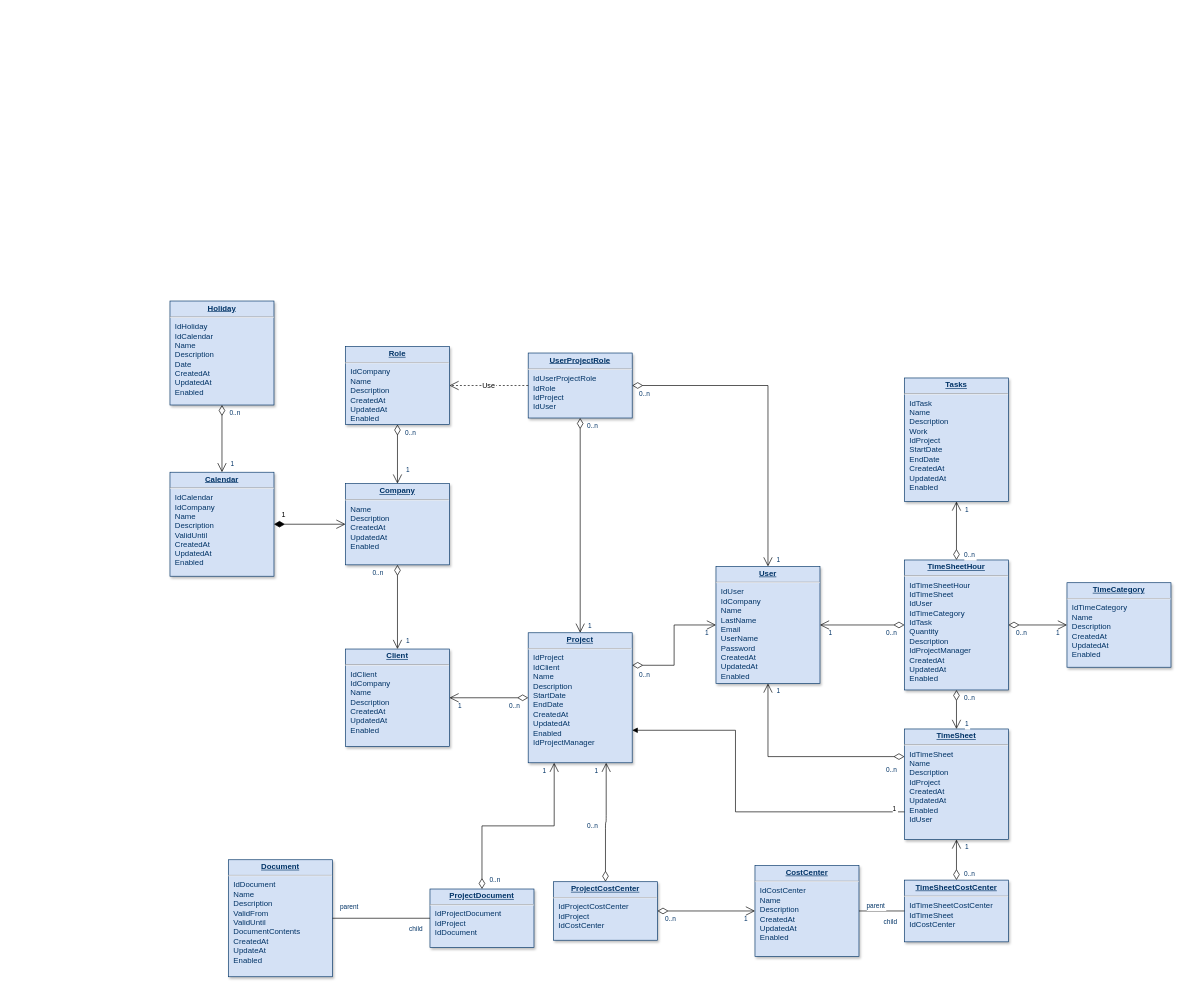
Earlier version of the draw.io diagram src/Untitled Diagram.drawio (ReAXET/Fast-Api-example). Source tidied: cells renumbered, new cells numbered last; positions are measured from the earlier drawing's top-left corner, leaving out a move shared by most shapes. Both pictures are drawn from the tidied source at 65%, with x=0, y=0 at pixel (170, 301).
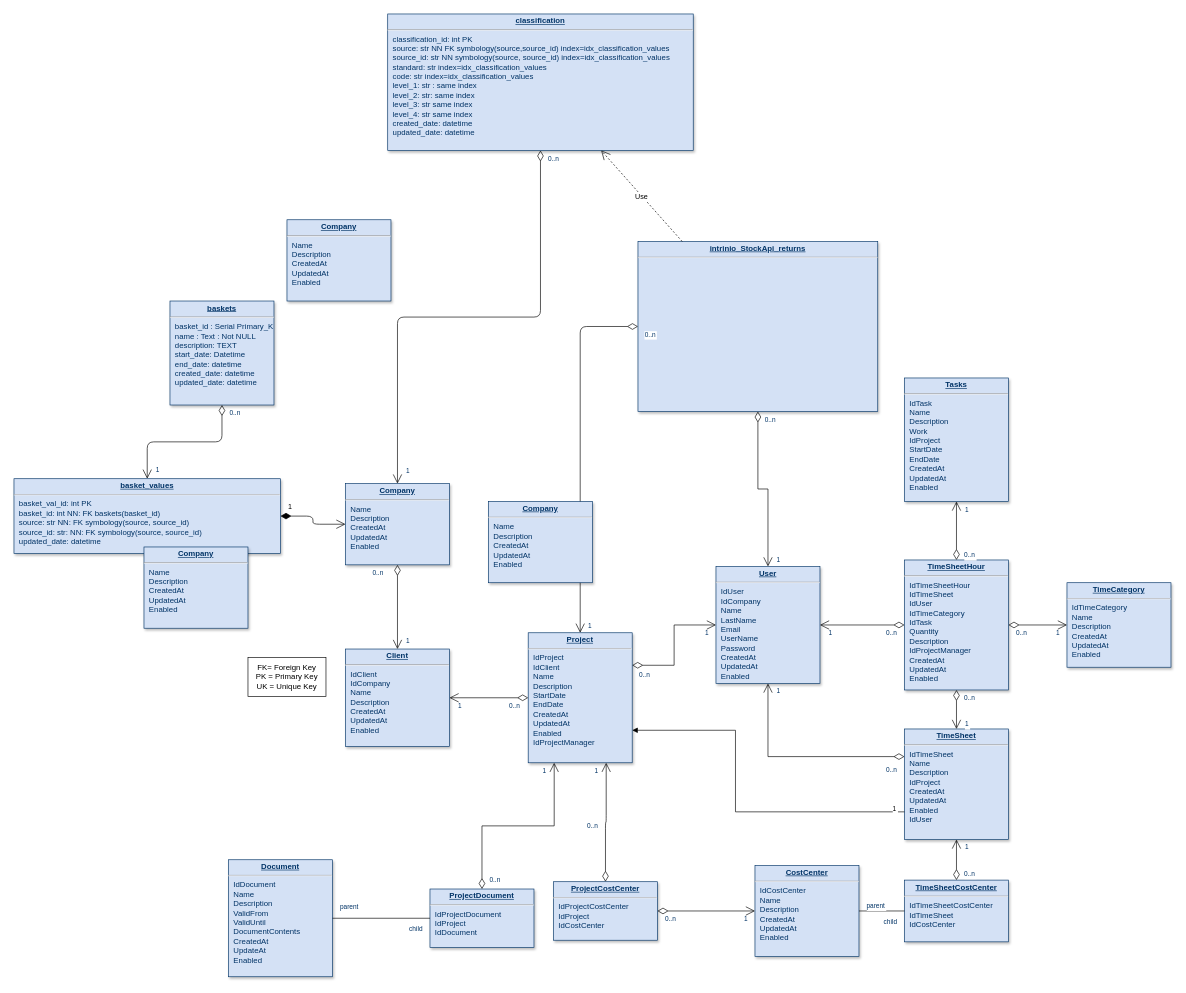
After the change.

The edit, as a diff of the source:
```diff
@@
-    <mxCell id="2" value="&lt;p style=&quot;margin: 0px; margin-top: 4px; text-align: center; text-decoration: underline;&quot;&gt;&lt;strong&gt;Role&lt;/strong&gt;&lt;/p&gt;&lt;hr /&gt;&lt;p style=&quot;margin: 0px; margin-left: 8px;&quot;&gt;IdCompany&lt;br /&gt;Name&lt;/p&gt;&lt;p style=&quot;margin: 0px; margin-left: 8px;&quot;&gt;Description&lt;/p&gt;&lt;p style=&quot;margin: 0px; margin-left: 8px;&quot;&gt;CreatedAt&lt;/p&gt;&lt;p style=&quot;margin: 0px; margin-left: 8px;&quot;&gt;UpdatedAt&lt;/p&gt;&lt;p style=&quot;margin: 0px; margin-left: 8px;&quot;&gt;Enabled&lt;/p&gt;" style="verticalAlign=top;align=left;overflow=fill;fontSize=12;fontFamily=Helvetica;html=1;strokeColor=#003366;shadow=1;fillColor=#D4E1F5;fontColor=#003366;" parent="1" vertex="1">
-      <mxGeometry x="270" y="69.6" width="160" height="120" as="geometry" />
+    <mxCell id="2" value="&lt;p style=&quot;margin: 0px; margin-top: 4px; text-align: center; text-decoration: underline;&quot;&gt;&lt;b&gt;classification&lt;/b&gt;&lt;/p&gt;&lt;hr&gt;&lt;p style=&quot;margin: 0px; margin-left: 8px;&quot;&gt;classification_id: int PK&lt;br&gt;source: str NN FK symbology(source,source_id) index=idx_classification_values&lt;/p&gt;&lt;p style=&quot;margin: 0px; margin-left: 8px;&quot;&gt;source_id: str NN symbology(source, source_id) index=idx_classification_values&lt;/p&gt;&lt;p style=&quot;margin: 0px; margin-left: 8px;&quot;&gt;standard: str index=idx_classification_values&lt;/p&gt;&lt;p style=&quot;margin: 0px; margin-left: 8px;&quot;&gt;code: str index=idx_classification_values&lt;/p&gt;&lt;p style=&quot;margin: 0px; margin-left: 8px;&quot;&gt;level_1: str : same index&lt;/p&gt;&lt;p style=&quot;margin: 0px; margin-left: 8px;&quot;&gt;level_2: str: same index&lt;/p&gt;&lt;p style=&quot;margin: 0px; margin-left: 8px;&quot;&gt;level_3: str same index&lt;/p&gt;&lt;p style=&quot;margin: 0px; margin-left: 8px;&quot;&gt;level_4: str same index&lt;/p&gt;&lt;p style=&quot;margin: 0px; margin-left: 8px;&quot;&gt;created_date: datetime&lt;/p&gt;&lt;p style=&quot;margin: 0px; margin-left: 8px;&quot;&gt;updated_date: datetime&lt;/p&gt;&lt;p style=&quot;margin: 0px; margin-left: 8px;&quot;&gt;&lt;br&gt;&lt;/p&gt;&lt;p style=&quot;margin: 0px; margin-left: 8px;&quot;&gt;&lt;br&gt;&lt;/p&gt;" style="verticalAlign=top;align=left;overflow=fill;fontSize=12;fontFamily=Helvetica;html=1;strokeColor=#003366;shadow=1;fillColor=#D4E1F5;fontColor=#003366;" parent="1" vertex="1">
+      <mxGeometry x="335" y="-442" width="470" height="210" as="geometry" />
     </mxCell>
@@
-    <mxCell id="4" value="&lt;p style=&quot;margin: 0px; margin-top: 4px; text-align: center; text-decoration: underline;&quot;&gt;&lt;strong&gt;Calendar&lt;/strong&gt;&lt;/p&gt;&lt;hr /&gt;&lt;p style=&quot;margin: 0px; margin-left: 8px;&quot;&gt;IdCalendar&lt;/p&gt;&lt;p style=&quot;margin: 0px; margin-left: 8px;&quot;&gt;IdCompany&lt;/p&gt;&lt;p style=&quot;margin: 0px; margin-left: 8px;&quot;&gt;Name&lt;/p&gt;&lt;p style=&quot;margin: 0px; margin-left: 8px;&quot;&gt;Description&lt;/p&gt;&lt;p style=&quot;margin: 0px; margin-left: 8px;&quot;&gt;ValidUntil&lt;/p&gt;&lt;p style=&quot;margin: 0px; margin-left: 8px;&quot;&gt;CreatedAt&lt;/p&gt;&lt;p style=&quot;margin: 0px; margin-left: 8px;&quot;&gt;UpdatedAt&lt;/p&gt;&lt;p style=&quot;margin: 0px; margin-left: 8px;&quot;&gt;Enabled&lt;/p&gt;" style="verticalAlign=top;align=left;overflow=fill;fontSize=12;fontFamily=Helvetica;html=1;strokeColor=#003366;shadow=1;fillColor=#D4E1F5;fontColor=#003366;" parent="1" vertex="1">
-      <mxGeometry y="263" width="160" height="160" as="geometry" />
+    <mxCell id="4" value="&lt;p style=&quot;margin: 0px; margin-top: 4px; text-align: center; text-decoration: underline;&quot;&gt;&lt;b&gt;basket_values&lt;/b&gt;&lt;/p&gt;&lt;hr&gt;&lt;p style=&quot;margin: 0px; margin-left: 8px;&quot;&gt;basket_val_id: int PK&lt;/p&gt;&lt;p style=&quot;margin: 0px; margin-left: 8px;&quot;&gt;basket_id: int NN: FK baskets(basket_id)&lt;/p&gt;&lt;p style=&quot;margin: 0px; margin-left: 8px;&quot;&gt;&lt;span style=&quot;background-color: initial;&quot;&gt;source: str NN: FK symbology(source, source_id)&lt;/span&gt;&lt;/p&gt;&lt;p style=&quot;margin: 0px; margin-left: 8px;&quot;&gt;&lt;span style=&quot;background-color: initial;&quot;&gt;source_id: str: NN: FK symbology(source, source_id)&lt;/span&gt;&lt;/p&gt;&lt;p style=&quot;margin: 0px; margin-left: 8px;&quot;&gt;&lt;span style=&quot;background-color: initial;&quot;&gt;updated_date: datetime&amp;nbsp;&lt;/span&gt;&lt;/p&gt;&lt;br&gt;&amp;nbsp;&amp;nbsp;" style="verticalAlign=top;align=left;overflow=fill;fontSize=12;fontFamily=Helvetica;html=1;strokeColor=#003366;shadow=1;fillColor=#D4E1F5;fontColor=#003366;" parent="1" vertex="1">
+      <mxGeometry x="-240" y="273" width="410" height="115" as="geometry" />
     </mxCell>
@@
-    <mxCell id="6" value="&lt;p style=&quot;margin: 0px; margin-top: 4px; text-align: center; text-decoration: underline;&quot;&gt;&lt;strong&gt;UserProjectRole&lt;/strong&gt;&lt;/p&gt;&lt;hr /&gt;&lt;p style=&quot;margin: 0px; margin-left: 8px;&quot;&gt;IdUserProjectRole&lt;/p&gt;&lt;p style=&quot;margin: 0px; margin-left: 8px;&quot;&gt;IdRole&lt;/p&gt;&lt;p style=&quot;margin: 0px; margin-left: 8px;&quot;&gt;IdProject&lt;/p&gt;&lt;p style=&quot;margin: 0px; margin-left: 8px;&quot;&gt;IdUser&lt;/p&gt;" style="verticalAlign=top;align=left;overflow=fill;fontSize=12;fontFamily=Helvetica;html=1;strokeColor=#003366;shadow=1;fillColor=#D4E1F5;fontColor=#003366;" parent="1" vertex="1">
-      <mxGeometry x="551.1" y="79.6" width="160" height="100" as="geometry" />
+    <mxCell id="6" value="&lt;p style=&quot;margin: 0px; margin-top: 4px; text-align: center; text-decoration: underline;&quot;&gt;&lt;b&gt;intrinio_StockApi_returns&lt;/b&gt;&lt;/p&gt;&lt;hr&gt;&lt;p style=&quot;margin: 0px; margin-left: 8px;&quot;&gt;&lt;br&gt;&lt;/p&gt;" style="verticalAlign=top;align=left;overflow=fill;fontSize=12;fontFamily=Helvetica;html=1;strokeColor=#003366;shadow=1;fillColor=#D4E1F5;fontColor=#003366;" parent="1" vertex="1">
+      <mxGeometry x="720" y="-92" width="368.9" height="261.6" as="geometry" />
     </mxCell>
@@
-    <mxCell id="8" value="&lt;p style=&quot;margin: 0px; margin-top: 4px; text-align: center; text-decoration: underline;&quot;&gt;&lt;strong&gt;Holiday&lt;/strong&gt;&lt;/p&gt;&lt;hr /&gt;&lt;p style=&quot;margin: 0px; margin-left: 8px;&quot;&gt;IdHoliday&lt;/p&gt;&lt;p style=&quot;margin: 0px; margin-left: 8px;&quot;&gt;IdCalendar&lt;/p&gt;&lt;p style=&quot;margin: 0px; margin-left: 8px;&quot;&gt;Name&lt;/p&gt;&lt;p style=&quot;margin: 0px; margin-left: 8px;&quot;&gt;Description&lt;/p&gt;&lt;p style=&quot;margin: 0px; margin-left: 8px;&quot;&gt;Date&lt;/p&gt;&lt;p style=&quot;margin: 0px; margin-left: 8px;&quot;&gt;CreatedAt&lt;/p&gt;&lt;p style=&quot;margin: 0px; margin-left: 8px;&quot;&gt;UpdatedAt&lt;/p&gt;&lt;p style=&quot;margin: 0px; margin-left: 8px;&quot;&gt;Enabled&lt;/p&gt;" style="verticalAlign=top;align=left;overflow=fill;fontSize=12;fontFamily=Helvetica;html=1;strokeColor=#003366;shadow=1;fillColor=#D4E1F5;fontColor=#003366;" parent="1" vertex="1">
+    <mxCell id="8" value="&lt;p style=&quot;margin: 0px; margin-top: 4px; text-align: center; text-decoration: underline;&quot;&gt;&lt;b&gt;baskets&lt;/b&gt;&lt;/p&gt;&lt;hr&gt;&lt;p style=&quot;margin: 0px; margin-left: 8px;&quot;&gt;basket_id : Serial Primary_K&lt;/p&gt;&lt;p style=&quot;margin: 0px; margin-left: 8px;&quot;&gt;name : Text : Not NULL&lt;/p&gt;&lt;p style=&quot;margin: 0px; margin-left: 8px;&quot;&gt;description: TEXT&lt;/p&gt;&lt;p style=&quot;margin: 0px; margin-left: 8px;&quot;&gt;start_date: Datetime&lt;/p&gt;&lt;p style=&quot;margin: 0px; margin-left: 8px;&quot;&gt;end_date: datetime&lt;/p&gt;&lt;p style=&quot;margin: 0px; margin-left: 8px;&quot;&gt;created_date: datetime&lt;/p&gt;&lt;p style=&quot;margin: 0px; margin-left: 8px;&quot;&gt;updated_date: datetime&lt;/p&gt;" style="verticalAlign=top;align=left;overflow=fill;fontSize=12;fontFamily=Helvetica;html=1;strokeColor=#003366;shadow=1;fillColor=#D4E1F5;fontColor=#003366;" parent="1" vertex="1">
       <mxGeometry y="-0.4" width="160" height="160" as="geometry" />
     </mxCell>
@@
+    <mxCell id="77" value="FK= Foreign Key&lt;br&gt;PK = Primary Key&lt;br&gt;UK = Unique Key&lt;br&gt;" style="rounded=0;whiteSpace=wrap;html=1;" parent="1" vertex="1">
+      <mxGeometry x="120" y="548" width="120" height="60" as="geometry" />
+    </mxCell>
+    <mxCell id="78" value="&lt;p style=&quot;margin: 0px; margin-top: 4px; text-align: center; text-decoration: underline;&quot;&gt;&lt;strong&gt;Company&lt;/strong&gt;&lt;/p&gt;&lt;hr /&gt;&lt;p style=&quot;margin: 0px; margin-left: 8px;&quot;&gt;Name&lt;/p&gt;&lt;p style=&quot;margin: 0px; margin-left: 8px;&quot;&gt;Description&lt;/p&gt;&lt;p style=&quot;margin: 0px; margin-left: 8px;&quot;&gt;CreatedAt&lt;/p&gt;&lt;p style=&quot;margin: 0px; margin-left: 8px;&quot;&gt;UpdatedAt&lt;/p&gt;&lt;p style=&quot;margin: 0px; margin-left: 8px;&quot;&gt;Enabled&lt;/p&gt;" style="verticalAlign=top;align=left;overflow=fill;fontSize=12;fontFamily=Helvetica;html=1;strokeColor=#003366;shadow=1;fillColor=#D4E1F5;fontColor=#003366;" parent="1" vertex="1">
+      <mxGeometry x="-40" y="378" width="160" height="125" as="geometry" />
+    </mxCell>
+    <mxCell id="79" value="&lt;p style=&quot;margin: 0px; margin-top: 4px; text-align: center; text-decoration: underline;&quot;&gt;&lt;strong&gt;Company&lt;/strong&gt;&lt;/p&gt;&lt;hr /&gt;&lt;p style=&quot;margin: 0px; margin-left: 8px;&quot;&gt;Name&lt;/p&gt;&lt;p style=&quot;margin: 0px; margin-left: 8px;&quot;&gt;Description&lt;/p&gt;&lt;p style=&quot;margin: 0px; margin-left: 8px;&quot;&gt;CreatedAt&lt;/p&gt;&lt;p style=&quot;margin: 0px; margin-left: 8px;&quot;&gt;UpdatedAt&lt;/p&gt;&lt;p style=&quot;margin: 0px; margin-left: 8px;&quot;&gt;Enabled&lt;/p&gt;" style="verticalAlign=top;align=left;overflow=fill;fontSize=12;fontFamily=Helvetica;html=1;strokeColor=#003366;shadow=1;fillColor=#D4E1F5;fontColor=#003366;" parent="1" vertex="1">
+      <mxGeometry x="180" y="-125.4" width="160" height="125" as="geometry" />
+    </mxCell>
+    <mxCell id="80" value="&lt;p style=&quot;margin: 0px; margin-top: 4px; text-align: center; text-decoration: underline;&quot;&gt;&lt;strong&gt;Company&lt;/strong&gt;&lt;/p&gt;&lt;hr /&gt;&lt;p style=&quot;margin: 0px; margin-left: 8px;&quot;&gt;Name&lt;/p&gt;&lt;p style=&quot;margin: 0px; margin-left: 8px;&quot;&gt;Description&lt;/p&gt;&lt;p style=&quot;margin: 0px; margin-left: 8px;&quot;&gt;CreatedAt&lt;/p&gt;&lt;p style=&quot;margin: 0px; margin-left: 8px;&quot;&gt;UpdatedAt&lt;/p&gt;&lt;p style=&quot;margin: 0px; margin-left: 8px;&quot;&gt;Enabled&lt;/p&gt;" style="verticalAlign=top;align=left;overflow=fill;fontSize=12;fontFamily=Helvetica;html=1;strokeColor=#003366;shadow=1;fillColor=#D4E1F5;fontColor=#003366;" parent="1" vertex="1">
+      <mxGeometry x="490" y="308" width="160" height="125" as="geometry" />
+    </mxCell>
```
